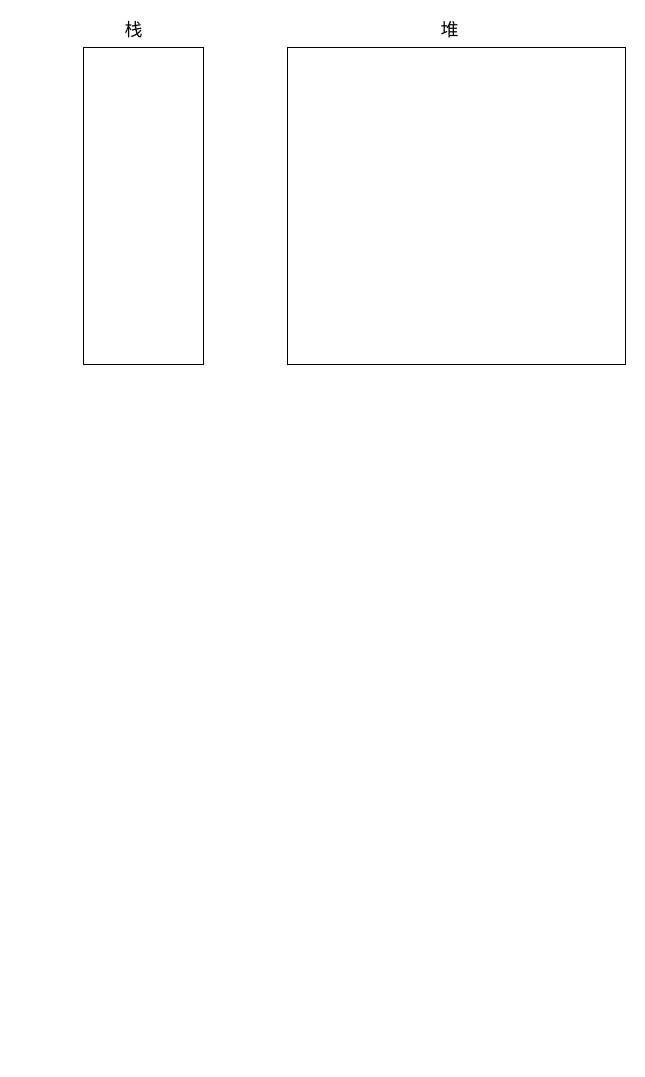
Above: antiguigu/interview/第一季04题-方法的参数传递机制.drawio in acttq/draw (draw.io), before the change. Source tidied: cells renumbered, new cells numbered last; positions are measured from the earlier drawing's top-left corner, leaving out a move shared by most shapes. Both pictures are drawn from the tidied source at 100%, with x=0, y=0 at pixel (83, 17).
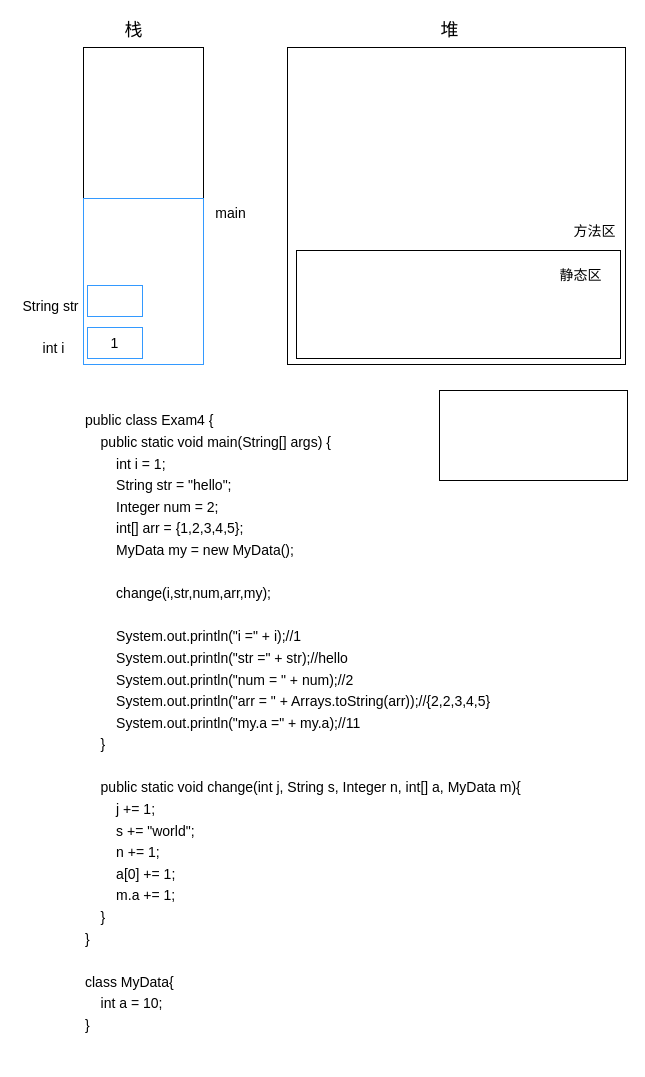
Above is the later version.

Commit message:
更新第一季04题-方法的参数传递机制.drawio

The edit, as a diff of the source:
```diff
@@
 <mxGraphModel>
   <root>
     <mxCell id="0" />
     <mxCell id="1" parent="0" />
     <mxCell id="2" style="rounded=0;whiteSpace=wrap;html=1;" parent="1" vertex="1">
       <mxGeometry y="30" width="120" height="317" as="geometry" />
     </mxCell>
     <mxCell id="3" style="rounded=0;whiteSpace=wrap;html=1;" parent="1" vertex="1">
       <mxGeometry x="204" y="30" width="338" height="317" as="geometry" />
     </mxCell>
     <mxCell id="4" value="&lt;font style=&quot;font-size: 18px&quot; face=&quot;Helvetica&quot;&gt;栈&lt;/font&gt;" style="text;html=1;align=center;verticalAlign=middle;strokeColor=none;fillColor=none;" parent="1" vertex="1">
       <mxGeometry x="36" y="3" width="28" height="20" as="geometry" />
     </mxCell>
     <mxCell id="5" value="堆" style="text;html=1;align=center;verticalAlign=middle;strokeColor=none;fillColor=none;fontSize=18;" parent="1" vertex="1">
       <mxGeometry x="352" width="28" height="26" as="geometry" />
     </mxCell>
+    <mxCell id="6" value="&lt;div align=&quot;left&quot;&gt;&lt;font style=&quot;font-size: 14px&quot;&gt;public class Exam4 {&lt;br&gt;&amp;nbsp;&amp;nbsp;&amp;nbsp; public static void main(String[] args) {&lt;br&gt;&amp;nbsp;&amp;nbsp;&amp;nbsp;&amp;nbsp;&amp;nbsp;&amp;nbsp;&amp;nbsp; int i = 1;&lt;br&gt;&amp;nbsp;&amp;nbsp;&amp;nbsp;&amp;nbsp;&amp;nbsp;&amp;nbsp;&amp;nbsp; String str = &quot;hello&quot;;&lt;br&gt;&amp;nbsp;&amp;nbsp;&amp;nbsp;&amp;nbsp;&amp;nbsp;&amp;nbsp;&amp;nbsp; Integer num = 2;&lt;br&gt;&amp;nbsp;&amp;nbsp;&amp;nbsp;&amp;nbsp;&amp;nbsp;&amp;nbsp;&amp;nbsp; int[] arr = {1,2,3,4,5};&lt;br&gt;&amp;nbsp;&amp;nbsp;&amp;nbsp;&amp;nbsp;&amp;nbsp;&amp;nbsp;&amp;nbsp; MyData my = new MyData();&lt;br&gt;&lt;br&gt;&amp;nbsp;&amp;nbsp;&amp;nbsp;&amp;nbsp;&amp;nbsp;&amp;nbsp;&amp;nbsp; change(i,str,num,arr,my);&lt;br&gt;&lt;br&gt;&amp;nbsp;&amp;nbsp;&amp;nbsp;&amp;nbsp;&amp;nbsp;&amp;nbsp;&amp;nbsp; System.out.println(&quot;i =&quot; + i);//1&lt;br&gt;&amp;nbsp;&amp;nbsp;&amp;nbsp;&amp;nbsp;&amp;nbsp;&amp;nbsp;&amp;nbsp; System.out.println(&quot;str =&quot; + str);//hello&lt;br&gt;&amp;nbsp;&amp;nbsp;&amp;nbsp;&amp;nbsp;&amp;nbsp;&amp;nbsp;&amp;nbsp; System.out.println(&quot;num = &quot; + num);//2&lt;br&gt;&amp;nbsp;&amp;nbsp;&amp;nbsp;&amp;nbsp;&amp;nbsp;&amp;nbsp;&amp;nbsp; System.out.println(&quot;arr = &quot; + Arrays.toString(arr));//{2,2,3,4,5}&lt;br&gt;&amp;nbsp;&amp;nbsp;&amp;nbsp;&amp;nbsp;&amp;nbsp;&amp;nbsp;&amp;nbsp; System.out.println(&quot;my.a =&quot; + my.a);//11&lt;br&gt;&amp;nbsp;&amp;nbsp;&amp;nbsp; }&lt;br&gt;&lt;br&gt;&amp;nbsp;&amp;nbsp;&amp;nbsp; public static void change(int j, String s, Integer n, int[] a, MyData m){&lt;br&gt;&amp;nbsp;&amp;nbsp;&amp;nbsp;&amp;nbsp;&amp;nbsp;&amp;nbsp;&amp;nbsp; j += 1;&lt;br&gt;&amp;nbsp;&amp;nbsp;&amp;nbsp;&amp;nbsp;&amp;nbsp;&amp;nbsp;&amp;nbsp; s += &quot;world&quot;;&lt;br&gt;&amp;nbsp;&amp;nbsp;&amp;nbsp;&amp;nbsp;&amp;nbsp;&amp;nbsp;&amp;nbsp; n += 1;&lt;br&gt;&amp;nbsp;&amp;nbsp;&amp;nbsp;&amp;nbsp;&amp;nbsp;&amp;nbsp;&amp;nbsp; a[0] += 1;&lt;br&gt;&amp;nbsp;&amp;nbsp;&amp;nbsp;&amp;nbsp;&amp;nbsp;&amp;nbsp;&amp;nbsp; m.a += 1;&lt;br&gt;&amp;nbsp;&amp;nbsp;&amp;nbsp; }&lt;br&gt;}&lt;br&gt;&lt;br&gt;class MyData{&lt;br&gt;&amp;nbsp;&amp;nbsp;&amp;nbsp; int a = 10;&lt;br&gt;}&lt;/font&gt;&lt;/div&gt;" style="text;html=1;align=left;verticalAlign=middle;strokeColor=none;fillColor=none;fontSize=18;fontFamily=Helvetica;" parent="1" vertex="1">
+      <mxGeometry y="366" width="446" height="677" as="geometry" />
+    </mxCell>
+    <mxCell id="7" style="rounded=0;whiteSpace=wrap;html=1;fontFamily=Helvetica;fontSize=14;strokeColor=#3399FF;" parent="1" vertex="1">
+      <mxGeometry y="181" width="120" height="166" as="geometry" />
+    </mxCell>
+    <mxCell id="8" value="main" style="text;html=1;align=center;verticalAlign=middle;strokeColor=none;fillColor=none;fontSize=14;fontFamily=Helvetica;" parent="1" vertex="1">
+      <mxGeometry x="127" y="185" width="40" height="21" as="geometry" />
+    </mxCell>
+    <mxCell id="9" value="1" style="rounded=0;whiteSpace=wrap;html=1;fontFamily=Helvetica;fontSize=14;strokeColor=#3399FF;" parent="1" vertex="1">
+      <mxGeometry x="4" y="310" width="55" height="31" as="geometry" />
+    </mxCell>
+    <mxCell id="10" value="int i" style="text;html=1;align=center;verticalAlign=middle;strokeColor=none;fillColor=none;fontSize=14;fontFamily=Helvetica;" parent="1" vertex="1">
+      <mxGeometry x="-46" y="320" width="32" height="21" as="geometry" />
+    </mxCell>
+    <mxCell id="11" style="rounded=0;whiteSpace=wrap;html=1;fontFamily=Helvetica;fontSize=14;strokeColor=#3399FF;" parent="1" vertex="1">
+      <mxGeometry x="4" y="268" width="55" height="31" as="geometry" />
+    </mxCell>
+    <mxCell id="12" value="&lt;div&gt;String str&lt;/div&gt;" style="text;html=1;align=center;verticalAlign=middle;strokeColor=none;fillColor=none;fontSize=14;fontFamily=Helvetica;" parent="1" vertex="1">
+      <mxGeometry x="-66" y="278" width="66" height="21" as="geometry" />
+    </mxCell>
+    <mxCell id="13" style="rounded=0;whiteSpace=wrap;html=1;fontFamily=Helvetica;fontSize=14;strokeColor=#000000;" parent="1" vertex="1">
+      <mxGeometry x="213" y="233" width="324" height="108" as="geometry" />
+    </mxCell>
+    <mxCell id="14" value="方法区" style="text;html=1;align=center;verticalAlign=middle;strokeColor=none;fillColor=none;fontSize=14;fontFamily=Helvetica;" parent="1" vertex="1">
+      <mxGeometry x="485" y="203" width="52" height="21" as="geometry" />
+    </mxCell>
+    <mxCell id="15" value="静态区" style="text;html=1;align=center;verticalAlign=middle;strokeColor=none;fillColor=none;fontSize=14;fontFamily=Helvetica;" parent="1" vertex="1">
+      <mxGeometry x="471" y="247" width="52" height="21" as="geometry" />
+    </mxCell>
+    <mxCell id="16" style="rounded=0;whiteSpace=wrap;html=1;fontFamily=Helvetica;fontSize=14;strokeColor=#000000;" parent="1" vertex="1">
+      <mxGeometry x="356" y="373" width="188" height="90" as="geometry" />
+    </mxCell>
   </root>
 </mxGraphModel>
```
